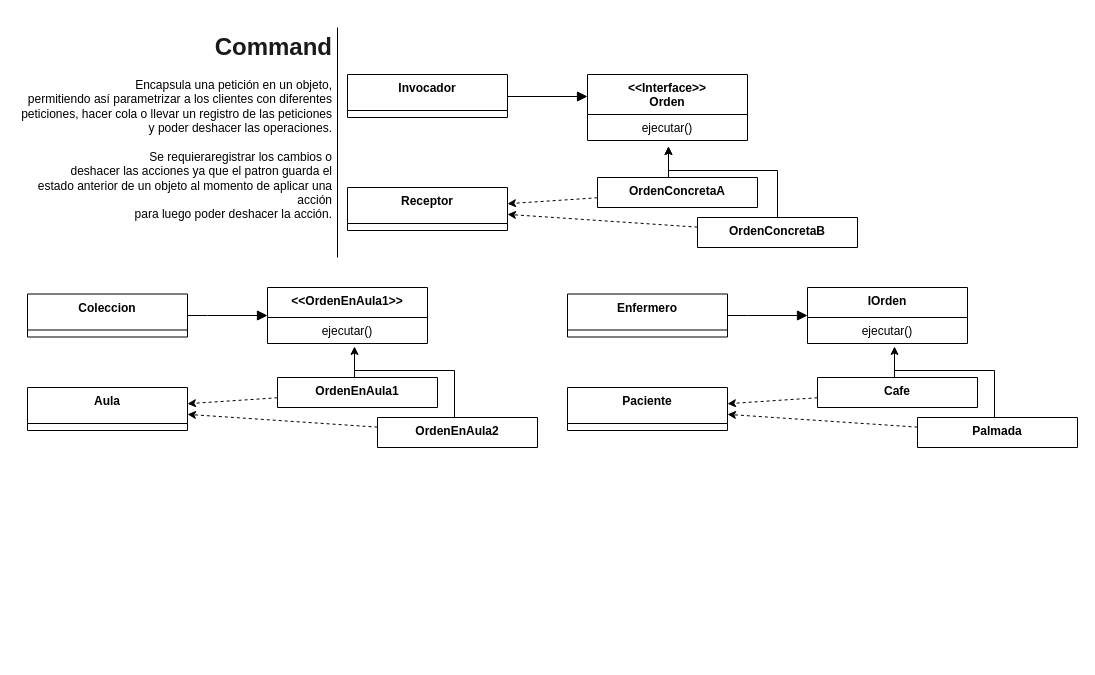
This is page "5 Command" (2 of 2) of Clase5.drawio from veroyols/I3007_patrones_de_disenio, a draw.io file, before an edit. Source tidied: cells renumbered, new cells numbered last; positions are measured from the earlier drawing's top-left corner, leaving out a move shared by most shapes. Both pictures are drawn from the tidied source at 100%, with x=0, y=0 at pixel (17, 27).
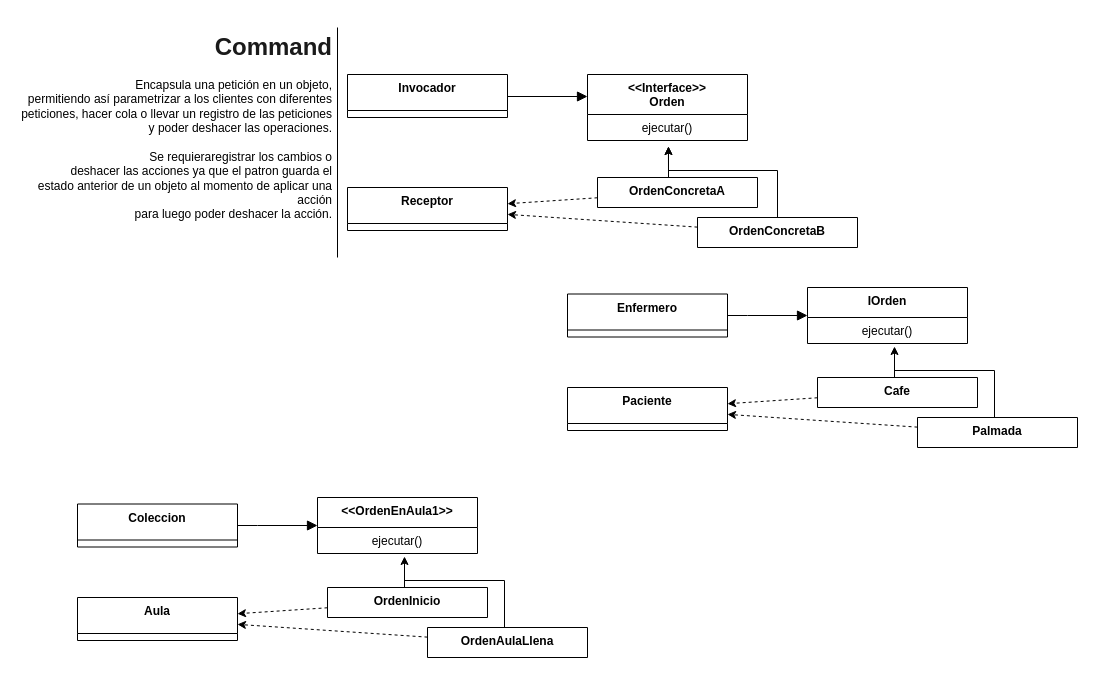
Above is the later version.

Change to the diagram source:
```diff
@@
     <mxCell id="26" value="Coleccion" style="swimlane;fontStyle=1;align=center;verticalAlign=top;horizontal=1;startSize=36;" parent="1" vertex="1">
-      <mxGeometry x="10" y="266.5" width="160" height="43" as="geometry" />
+      <mxGeometry x="60" y="476.5" width="160" height="43" as="geometry" />
     </mxCell>
     <mxCell id="27" value="&lt;&lt;OrdenEnAula1&gt;&gt;" style="swimlane;fontStyle=1;align=center;verticalAlign=top;horizontal=1;startSize=30;" parent="1" vertex="1">
-      <mxGeometry x="250" y="260" width="160" height="56" as="geometry" />
+      <mxGeometry x="300" y="470" width="160" height="56" as="geometry" />
     </mxCell>
@@
     <mxCell id="29" style="endArrow=block;html=1;endFill=1;endSize=8;edgeStyle=orthogonalEdgeStyle;rounded=0;entryX=0;entryY=0.5;entryDx=0;entryDy=0;" parent="1" edge="1" source="26" target="27">
       <mxGeometry relative="1" as="geometry">
         <Array as="points">
-          <mxPoint x="190" y="288" />
-          <mxPoint x="190" y="288" />
+          <mxPoint x="240" y="498" />
+          <mxPoint x="240" y="498" />
         </Array>
       </mxGeometry>
     </mxCell>
     <mxCell id="30" style="edgeStyle=orthogonalEdgeStyle;rounded=0;jettySize=auto;html=1;exitX=0.481;exitY=0;exitDx=0;exitDy=0;endArrow=classic;endFill=1;exitPerimeter=0;" parent="1" edge="1" source="31">
       <mxGeometry relative="1" as="geometry">
-        <mxPoint x="337" y="319" as="targetPoint" />
+        <mxPoint x="387" y="529" as="targetPoint" />
         <Array as="points">
-          <mxPoint x="337" y="319" />
+          <mxPoint x="387" y="529" />
         </Array>
       </mxGeometry>
     </mxCell>
-    <mxCell id="31" value="OrdenEnAula1" style="swimlane;fontStyle=1;align=center;verticalAlign=top;horizontal=1;startSize=30;" parent="1" vertex="1">
-      <mxGeometry x="260" y="350" width="160" height="30" as="geometry" />
+    <mxCell id="31" value="OrdenInicio" style="swimlane;fontStyle=1;align=center;verticalAlign=top;horizontal=1;startSize=30;" parent="1" vertex="1">
+      <mxGeometry x="310" y="560" width="160" height="30" as="geometry" />
     </mxCell>
-    <mxCell id="32" value="OrdenEnAula2" style="swimlane;fontStyle=1;align=center;verticalAlign=top;horizontal=1;startSize=30;" parent="1" vertex="1">
-      <mxGeometry x="360" y="390" width="160" height="30" as="geometry" />
+    <mxCell id="32" value="OrdenAulaLlena" style="swimlane;fontStyle=1;align=center;verticalAlign=top;horizontal=1;startSize=30;" parent="1" vertex="1">
+      <mxGeometry x="410" y="600" width="160" height="30" as="geometry" />
     </mxCell>
     <mxCell id="33" style="edgeStyle=orthogonalEdgeStyle;rounded=0;orthogonalLoop=1;jettySize=auto;html=1;exitX=0.5;exitY=0;exitDx=0;exitDy=0;endArrow=none;endFill=0;" parent="1" edge="1">
       <mxGeometry relative="1" as="geometry">
-        <mxPoint x="437" y="390" as="sourcePoint" />
-        <mxPoint x="337" y="343" as="targetPoint" />
+        <mxPoint x="487" y="600" as="sourcePoint" />
+        <mxPoint x="387" y="553" as="targetPoint" />
         <Array as="points">
-          <mxPoint x="437" y="343" />
+          <mxPoint x="487" y="553" />
         </Array>
       </mxGeometry>
     </mxCell>
     <mxCell id="34" value="Aula" style="swimlane;fontStyle=1;align=center;verticalAlign=top;horizontal=1;startSize=36;" parent="1" vertex="1">
-      <mxGeometry x="10" y="360" width="160" height="43" as="geometry" />
+      <mxGeometry x="60" y="570" width="160" height="43" as="geometry" />
     </mxCell>
```
